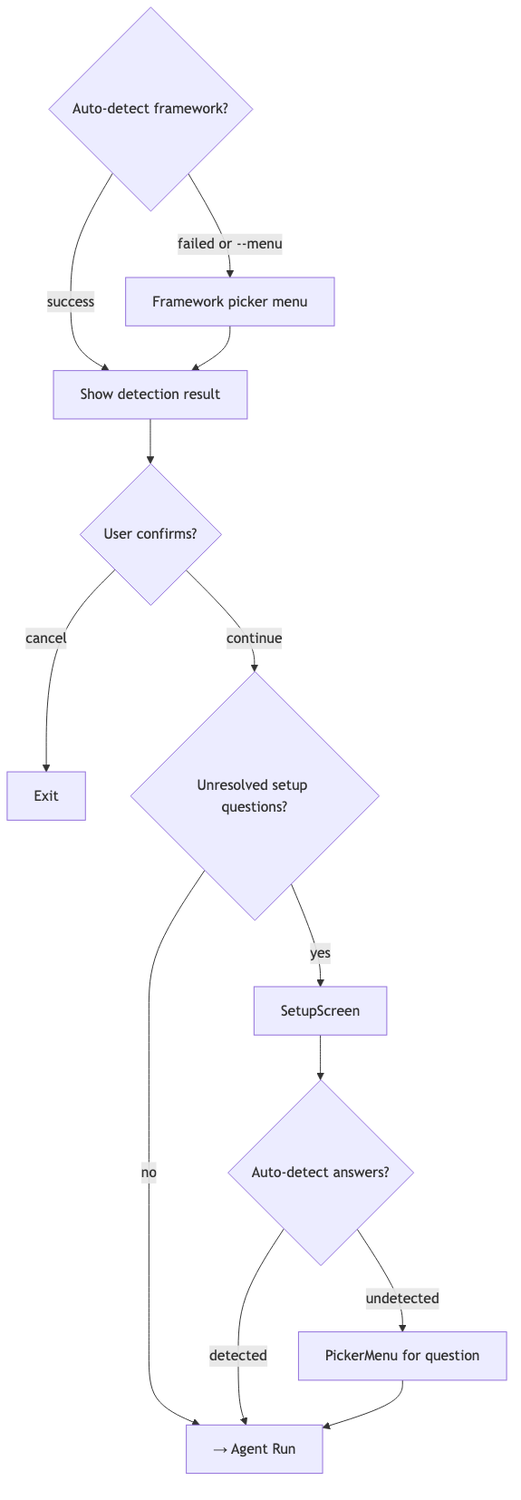
This is docs/diagrams/framework-detection-flow.png from amplitude/wizard, a Mermaid export, as it was before one commit. Its source is kept beside it as docs/diagrams/framework-detection-flow.mmd.
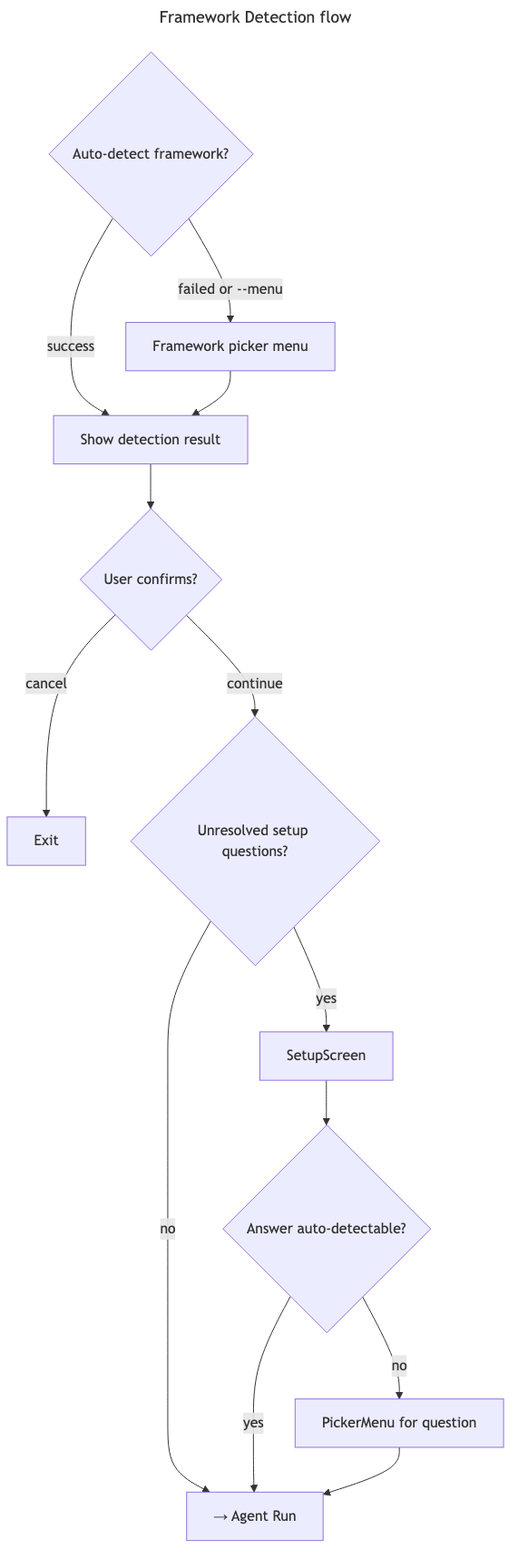
The same file after the commit.

What changed in the source:
```diff
@@ -1,3 +1,6 @@
+---
+title: Framework Detection flow
+---
 flowchart TD
     DETECT{Auto-detect framework?}
     DETECT -->|success| RESULT["Show detection result"]
@@ -7,6 +10,6 @@
     CONFIRM -->|continue| SETUP_Q{Unresolved setup questions?}
     SETUP_Q -->|no| RUN["→ Agent Run"]
     SETUP_Q -->|yes| SETUP["SetupScreen"]
-    SETUP --> AUTO{Auto-detect answers?}
-    AUTO -->|detected| RUN
-    AUTO -->|undetected| PICKER_Q["PickerMenu for question"] --> RUN
+    SETUP --> ANSWER{Answer auto-detectable?}
+    ANSWER -->|yes| RUN
+    ANSWER -->|no| PICKER_Q["PickerMenu for question"] --> RUN
```
